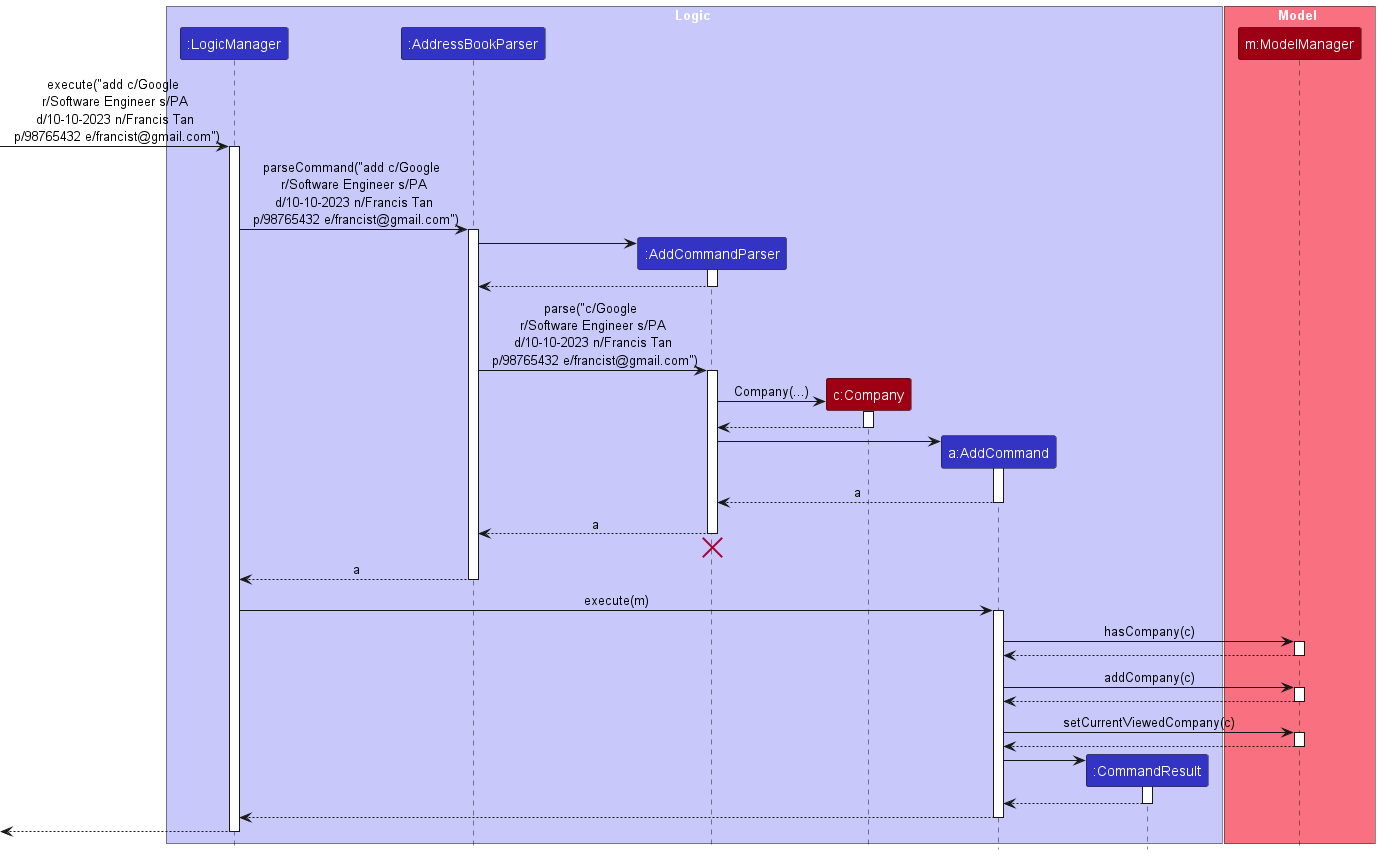
Before: docs/images/AddSequenceDiagram.png, a diagram exported from PlantUML (tayruxin/tp).
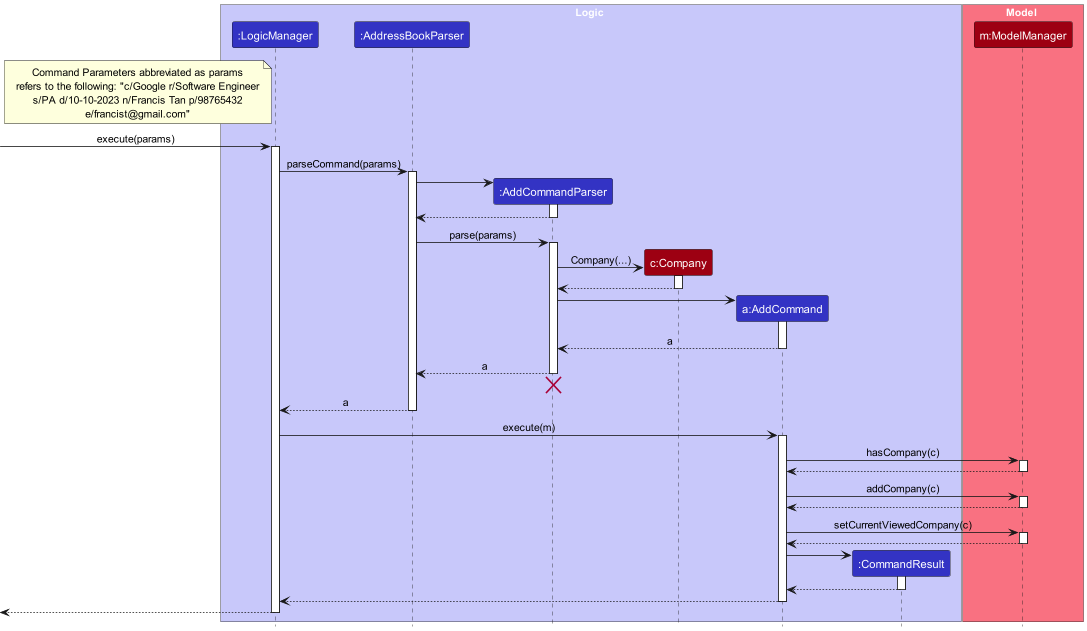
The same file after the commit.

Diff of the diagram source:
```diff
@@ -17,10 +17,17 @@
 participant "m:ModelManager" as Model MODEL_COLOR
 end box
 
-[-> LogicManager : execute("add c/Google \n r/Software Engineer s/PA \n d/10-10-2023 n/Francis Tan \n p/98765432 e/francist@gmail.com")
+note left of LogicManager
+  Command Parameters abbreviated as params
+  refers to the following: "c/Google r/Software Engineer
+  s/PA d/10-10-2023 n/Francis Tan p/98765432
+  e/francist@gmail.com"
+end note
+
+[-> LogicManager : execute(params)
 activate LogicManager
 
-LogicManager -> AddressBookParser : parseCommand("add c/Google \n r/Software Engineer s/PA \n d/10-10-2023 n/Francis Tan \n p/98765432 e/francist@gmail.com")
+LogicManager -> AddressBookParser : parseCommand(params)
 activate AddressBookParser
 
 create AddCommandParser
@@ -30,7 +37,7 @@
 AddCommandParser --> AddressBookParser
 deactivate AddCommandParser
 
-AddressBookParser -> AddCommandParser : parse("c/Google \n r/Software Engineer s/PA \n d/10-10-2023 n/Francis Tan \n p/98765432 e/francist@gmail.com")
+AddressBookParser -> AddCommandParser : parse(params)
 activate AddCommandParser
 
 create Company
@@ -46,7 +53,6 @@
 
 AddCommand --> AddCommandParser : a
 deactivate AddCommand
-
 
 AddCommandParser --> AddressBookParser : a
 deactivate AddCommandParser
```
